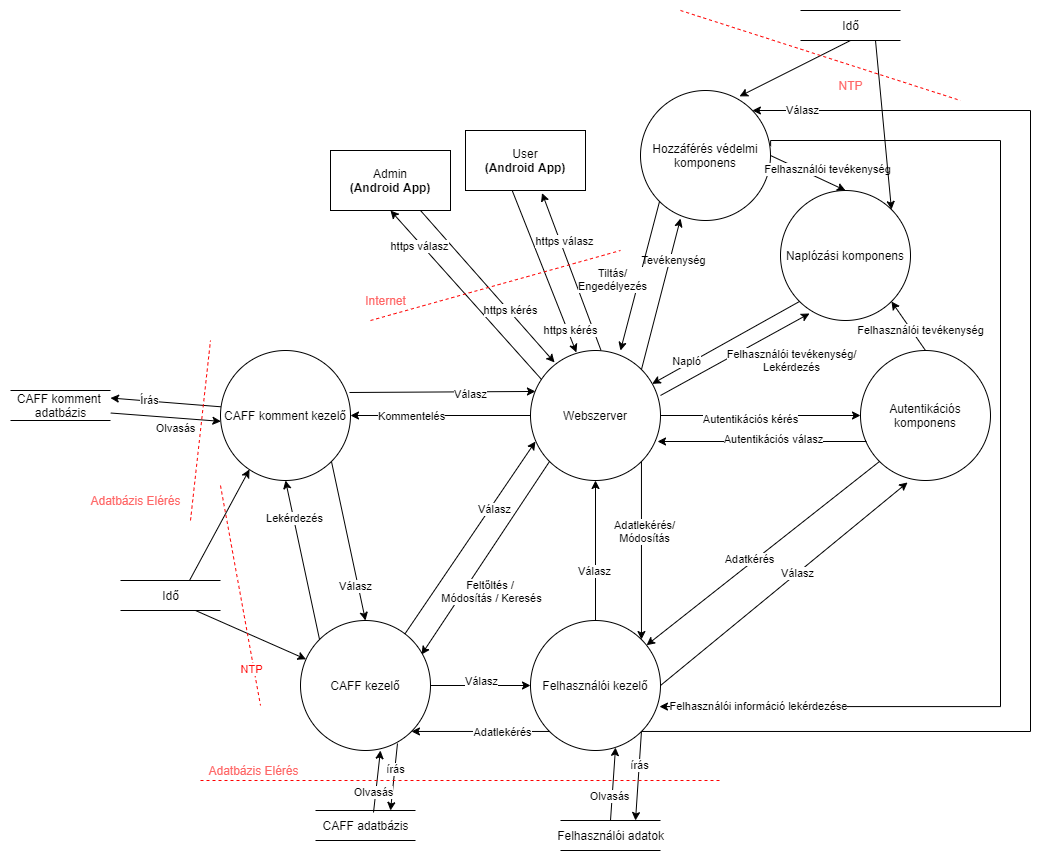
This is plans/DataFlow.drawio.png from zuper1998/SzamBiztHF, a draw.io export, as it was before one commit. Source tidied: cells renumbered, new cells last; positions are measured from the earlier drawing's top-left corner, leaving out a move shared by most shapes.
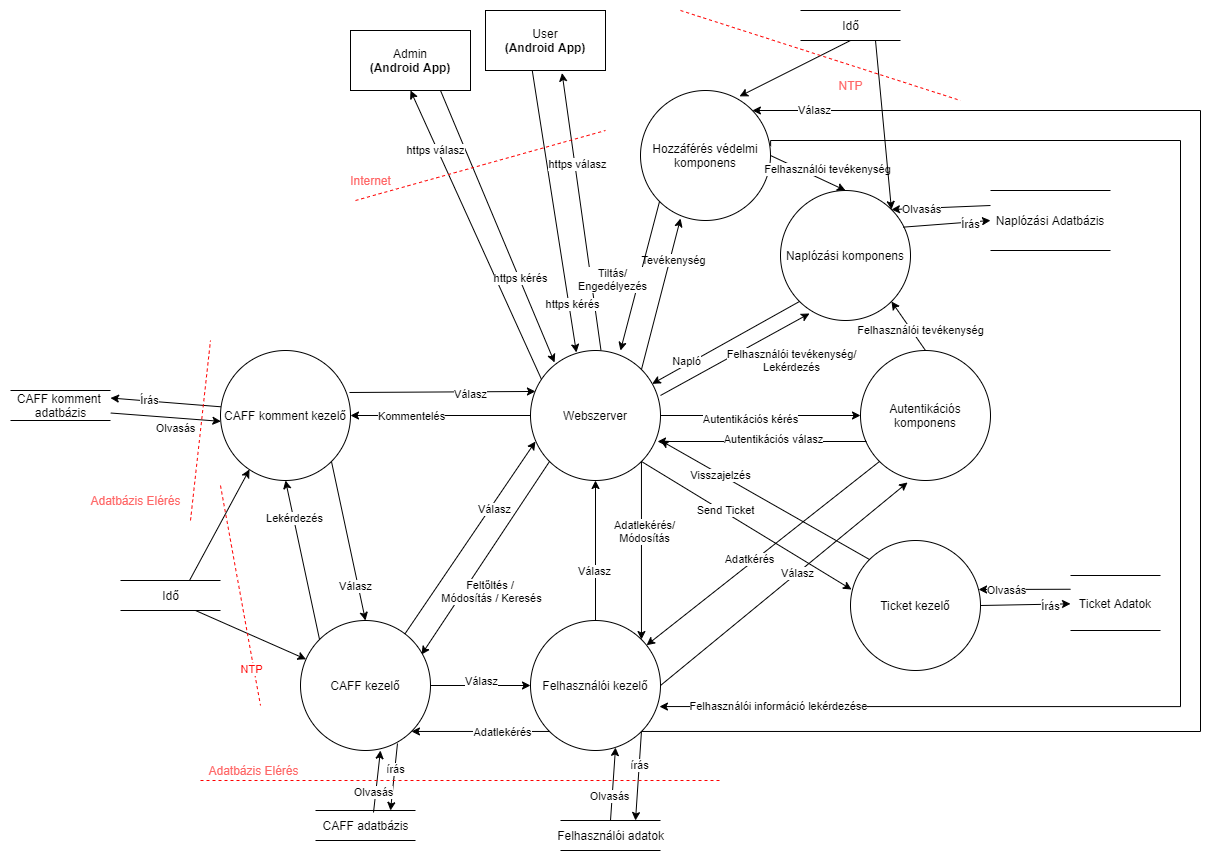
After the change.

Diff of the diagram source:
```diff
@@ -6,8 +6,8 @@
       <mxGeometry relative="1" as="geometry">
         <Array as="points">
           <mxPoint x="760" y="130" />
-          <mxPoint x="990" y="130" />
-          <mxPoint x="990" y="696" />
+          <mxPoint x="1170" y="130" />
+          <mxPoint x="1170" y="696" />
         </Array>
       </mxGeometry>
     </mxCell>
@@ -64,6 +64,12 @@
         <mxPoint x="24" y="21" as="offset" />
       </mxGeometry>
     </mxCell>
+    <mxCell id="93" style="edgeStyle=none;rounded=0;jettySize=auto;html=1;exitX=1;exitY=1;exitDx=0;exitDy=0;entryX=0.008;entryY=0.377;entryDx=0;entryDy=0;entryPerimeter=0;" parent="1" edge="1" source="18" target="99">
+      <mxGeometry relative="1" as="geometry" />
+    </mxCell>
+    <mxCell id="94" value="Send Ticket" style="edgeLabel;html=1;align=center;verticalAlign=middle;" parent="93" vertex="1">
+      <mxGeometry x="-0.21" y="2" relative="1" as="geometry" />
+    </mxCell>
     <mxCell id="18" value="Webszerver" style="ellipse;whiteSpace=wrap;html=1;" parent="1" vertex="1">
       <mxGeometry x="520" y="340" width="130" height="130" as="geometry" />
     </mxCell>
@@ -76,7 +82,7 @@
       </mxGeometry>
     </mxCell>
     <mxCell id="21" value="User&lt;br&gt;&lt;b&gt;(Android App)&lt;/b&gt;" style="rounded=0;whiteSpace=wrap;html=1;" parent="1" vertex="1">
-      <mxGeometry x="455" y="120" width="120" height="60" as="geometry" />
+      <mxGeometry x="475" width="120" height="60" as="geometry" />
     </mxCell>
     <mxCell id="22" style="edgeStyle=none;rounded=0;jettySize=auto;html=1;exitX=0.75;exitY=1;exitDx=0;exitDy=0;entryX=0.185;entryY=0.092;entryDx=0;entryDy=0;entryPerimeter=0;" parent="1" edge="1" source="25" target="18">
       <mxGeometry relative="1" as="geometry" />
@@ -88,7 +94,7 @@
       <mxGeometry x="0.59" y="2" relative="1" as="geometry" />
     </mxCell>
     <mxCell id="25" value="Admin&lt;br&gt;&lt;b&gt;(Android App)&lt;/b&gt;" style="rounded=0;whiteSpace=wrap;html=1;" parent="1" vertex="1">
-      <mxGeometry x="320" y="140" width="120" height="60" as="geometry" />
+      <mxGeometry x="340" y="20" width="120" height="60" as="geometry" />
     </mxCell>
     <mxCell id="26" style="edgeStyle=none;rounded=0;jettySize=auto;html=1;exitX=0;exitY=1;exitDx=0;exitDy=0;" parent="1" edge="1" source="31" target="44">
       <mxGeometry relative="1" as="geometry" />
@@ -143,8 +149,8 @@
     <mxCell id="42" style="edgeStyle=orthogonalEdgeStyle;rounded=0;jettySize=auto;html=1;exitX=1;exitY=1;exitDx=0;exitDy=0;" parent="1" edge="1" source="44" target="4">
       <mxGeometry relative="1" as="geometry">
         <Array as="points">
-          <mxPoint x="1020" y="721" />
-          <mxPoint x="1020" y="100" />
+          <mxPoint x="1190" y="721" />
+          <mxPoint x="1190" y="100" />
         </Array>
       </mxGeometry>
     </mxCell>
@@ -280,12 +286,12 @@
     </mxCell>
     <mxCell id="82" style="endArrow=none;dashed=1;html=1;rounded=0;fillColor=#f8cecc;strokeColor=#FF0000;" parent="1" edge="1">
       <mxGeometry relative="1" as="geometry">
-        <mxPoint x="360" y="310" as="sourcePoint" />
-        <mxPoint x="610" y="240" as="targetPoint" />
+        <mxPoint x="345" y="190" as="sourcePoint" />
+        <mxPoint x="595" y="120" as="targetPoint" />
       </mxGeometry>
     </mxCell>
     <mxCell id="83" value="&lt;font color=&quot;#ff6666&quot;&gt;Internet&lt;/font&gt;" style="text;html=1;align=center;verticalAlign=middle;strokeColor=none;fillColor=none;" parent="1" vertex="1">
-      <mxGeometry x="345" y="280" width="60" height="20" as="geometry" />
+      <mxGeometry x="330" y="160" width="60" height="20" as="geometry" />
     </mxCell>
     <mxCell id="84" style="endArrow=none;dashed=1;html=1;rounded=0;fillColor=#f8cecc;strokeColor=#FF0000;" parent="1" edge="1">
       <mxGeometry relative="1" as="geometry">
@@ -323,5 +329,46 @@
     <mxCell id="92" value="NTP" style="edgeLabel;html=1;align=center;verticalAlign=middle;fontColor=#FF0808;" parent="91" vertex="1">
       <mxGeometry x="0.67" y="-3" relative="1" as="geometry" />
     </mxCell>
+    <mxCell id="95" style="edgeStyle=none;rounded=0;jettySize=auto;html=1;exitX=1;exitY=0.5;exitDx=0;exitDy=0;" parent="1" edge="1" source="99" target="102">
+      <mxGeometry relative="1" as="geometry" />
+    </mxCell>
+    <mxCell id="96" value="Írás" style="edgeLabel;html=1;align=center;verticalAlign=middle;" parent="95" vertex="1">
+      <mxGeometry x="0.53" y="-2" relative="1" as="geometry" />
+    </mxCell>
+    <mxCell id="97" style="edgeStyle=none;rounded=0;jettySize=auto;html=1;exitX=0;exitY=0;exitDx=0;exitDy=0;entryX=1;entryY=0.692;entryDx=0;entryDy=0;entryPerimeter=0;" parent="1" edge="1" source="99" target="18">
+      <mxGeometry relative="1" as="geometry" />
+    </mxCell>
+    <mxCell id="98" value="Visszajelzés" style="edgeLabel;html=1;align=center;verticalAlign=middle;" parent="97" vertex="1">
+      <mxGeometry x="0.42" y="1" relative="1" as="geometry">
+        <mxPoint y="-1" as="offset" />
+      </mxGeometry>
+    </mxCell>
+    <mxCell id="99" value="Ticket kezelő" style="ellipse;whiteSpace=wrap;html=1;" parent="1" vertex="1">
+      <mxGeometry x="840" y="530" width="130" height="130" as="geometry" />
+    </mxCell>
+    <mxCell id="100" style="edgeStyle=none;rounded=0;jettySize=auto;html=1;exitX=0;exitY=0.25;exitDx=0;exitDy=0;entryX=0.985;entryY=0.377;entryDx=0;entryDy=0;entryPerimeter=0;" parent="1" edge="1" source="102" target="99">
+      <mxGeometry relative="1" as="geometry" />
+    </mxCell>
+    <mxCell id="101" value="Olvasás" style="edgeLabel;html=1;align=center;verticalAlign=middle;" parent="100" vertex="1">
+      <mxGeometry x="0.41" y="1" relative="1" as="geometry" />
+    </mxCell>
+    <mxCell id="102" value="Ticket Adatok" style="shape=partialRectangle;whiteSpace=wrap;html=1;left=0;right=0;fillColor=none;" parent="1" vertex="1">
+      <mxGeometry x="1060" y="565" width="90" height="55" as="geometry" />
+    </mxCell>
+    <mxCell id="103" value="Naplózási Adatbázis" style="shape=partialRectangle;whiteSpace=wrap;html=1;left=0;right=0;fillColor=none;" parent="1" vertex="1">
+      <mxGeometry x="980" y="180" width="120" height="60" as="geometry" />
+    </mxCell>
+    <mxCell id="104" style="edgeStyle=none;rounded=0;jettySize=auto;html=1;exitX=0;exitY=0.25;exitDx=0;exitDy=0;entryX=1;entryY=0;entryDx=0;entryDy=0;" parent="1" edge="1" source="103" target="73">
+      <mxGeometry relative="1" as="geometry" />
+    </mxCell>
+    <mxCell id="105" value="Olvasás" style="edgeLabel;html=1;align=center;verticalAlign=middle;" parent="104" vertex="1">
+      <mxGeometry x="0.41" y="1" relative="1" as="geometry" />
+    </mxCell>
+    <mxCell id="106" style="edgeStyle=none;rounded=0;jettySize=auto;html=1;exitX=0.943;exitY=0.282;exitDx=0;exitDy=0;entryX=0;entryY=0.5;entryDx=0;entryDy=0;exitPerimeter=0;" parent="1" edge="1" source="73" target="103">
+      <mxGeometry relative="1" as="geometry" />
+    </mxCell>
+    <mxCell id="107" value="Írás" style="edgeLabel;html=1;align=center;verticalAlign=middle;" parent="106" vertex="1">
+      <mxGeometry x="0.53" y="-2" relative="1" as="geometry" />
+    </mxCell>
   </root>
 </mxGraphModel>
```
